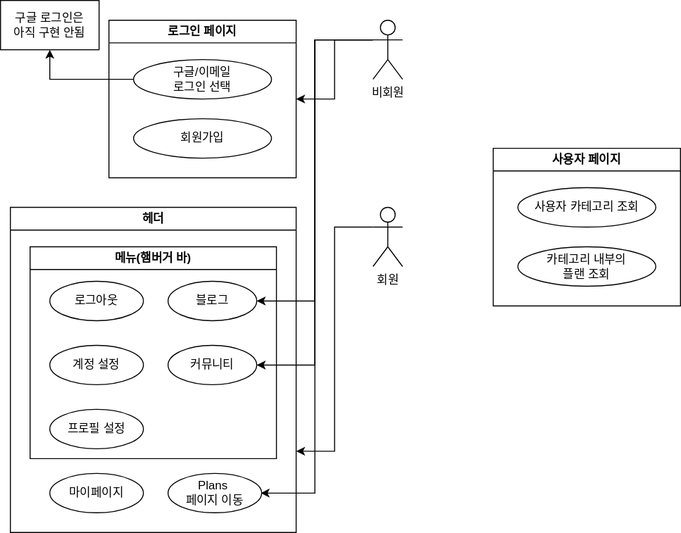
tripwith-dev/tripwith keeps this draw.io diagram as tripwith.ui-usecase.drawio.svg. Above is the earlier version. Source tidied: cells renumbered, new cells last; positions are measured from the earlier drawing's top-left corner, leaving out a move shared by most shapes. The source it was exported from:
```xml
<mxGraphModel>
  <root>
    <mxCell id="0" />
    <mxCell id="1" parent="0" />
    <mxCell id="2" style="edgeStyle=orthogonalEdgeStyle;rounded=0;jettySize=auto;html=1;exitX=0;exitY=0.3333333333333333;exitDx=0;exitDy=0;exitPerimeter=0;entryX=1;entryY=0.5;entryDx=0;entryDy=0;" parent="1" edge="1" source="6" target="9">
      <mxGeometry relative="1" as="geometry" />
    </mxCell>
    <mxCell id="3" style="edgeStyle=orthogonalEdgeStyle;rounded=0;jettySize=auto;html=1;exitX=0;exitY=0.3333333333333333;exitDx=0;exitDy=0;exitPerimeter=0;entryX=1;entryY=0.5;entryDx=0;entryDy=0;" parent="1" edge="1" source="6" target="19">
      <mxGeometry relative="1" as="geometry" />
    </mxCell>
    <mxCell id="4" style="edgeStyle=orthogonalEdgeStyle;rounded=0;jettySize=auto;html=1;exitX=0;exitY=0.3333333333333333;exitDx=0;exitDy=0;exitPerimeter=0;entryX=1;entryY=0.5;entryDx=0;entryDy=0;" parent="1" edge="1" source="6" target="23">
      <mxGeometry relative="1" as="geometry" />
    </mxCell>
    <mxCell id="5" style="edgeStyle=orthogonalEdgeStyle;rounded=0;orthogonalLoop=1;jettySize=auto;html=1;exitX=0;exitY=0.3333333333333333;exitDx=0;exitDy=0;exitPerimeter=0;entryX=1;entryY=0.5;entryDx=0;entryDy=0;" parent="1" edge="1">
      <mxGeometry relative="1" as="geometry">
        <mxPoint x="377" y="40" as="sourcePoint" />
        <mxPoint x="264" y="500" as="targetPoint" />
        <Array as="points">
          <mxPoint x="319" y="40" />
          <mxPoint x="319" y="500" />
        </Array>
      </mxGeometry>
    </mxCell>
    <mxCell id="6" value="비회원" style="shape=umlActor;verticalLabelPosition=bottom;verticalAlign=top;html=1;outlineConnect=0;" parent="1" vertex="1">
      <mxGeometry x="378" y="20" width="30" height="60" as="geometry" />
    </mxCell>
    <mxCell id="7" style="edgeStyle=orthogonalEdgeStyle;rounded=0;jettySize=auto;html=1;exitX=0;exitY=0.3333333333333333;exitDx=0;exitDy=0;exitPerimeter=0;entryX=1;entryY=0.75;entryDx=0;entryDy=0;" parent="1" edge="1" source="8" target="17">
      <mxGeometry relative="1" as="geometry" />
    </mxCell>
    <mxCell id="8" value="회원" style="shape=umlActor;verticalLabelPosition=bottom;verticalAlign=top;html=1;outlineConnect=0;" parent="1" vertex="1">
      <mxGeometry x="378" y="210" width="30" height="60" as="geometry" />
    </mxCell>
    <mxCell id="9" value="로그인 페이지" style="swimlane;whiteSpace=wrap;html=1;" parent="1" vertex="1">
      <mxGeometry x="110" y="20" width="190" height="160" as="geometry" />
    </mxCell>
    <mxCell id="10" value="구글/이메일&lt;br&gt;로그인 선택" style="ellipse;whiteSpace=wrap;html=1;" parent="9" vertex="1">
      <mxGeometry x="25" y="40" width="140" height="40" as="geometry" />
    </mxCell>
    <mxCell id="11" value="회원가입" style="ellipse;whiteSpace=wrap;html=1;" parent="9" vertex="1">
      <mxGeometry x="25" y="100" width="140" height="40" as="geometry" />
    </mxCell>
    <mxCell id="12" value="구글 로그인은 &lt;br&gt;아직 구현 안됨" style="rounded=0;whiteSpace=wrap;html=1;" parent="1" vertex="1">
      <mxGeometry width="100" height="50" as="geometry" />
    </mxCell>
    <mxCell id="13" style="edgeStyle=orthogonalEdgeStyle;rounded=0;jettySize=auto;html=1;exitX=0;exitY=0.5;exitDx=0;exitDy=0;entryX=0.5;entryY=1;entryDx=0;entryDy=0;" parent="1" edge="1" source="10" target="12">
      <mxGeometry relative="1" as="geometry">
        <Array as="points">
          <mxPoint x="50" y="80" />
        </Array>
      </mxGeometry>
    </mxCell>
    <mxCell id="14" value="사용자 페이지" style="swimlane;whiteSpace=wrap;html=1;" parent="1" vertex="1">
      <mxGeometry x="500" y="150" width="190" height="160" as="geometry" />
    </mxCell>
    <mxCell id="15" value="사용자 카테고리 조회" style="ellipse;whiteSpace=wrap;html=1;" parent="14" vertex="1">
      <mxGeometry x="25" y="40" width="140" height="40" as="geometry" />
    </mxCell>
    <mxCell id="16" value="카테고리 내부의&lt;br&gt;플랜 조회" style="ellipse;whiteSpace=wrap;html=1;" parent="14" vertex="1">
      <mxGeometry x="25" y="100" width="140" height="40" as="geometry" />
    </mxCell>
    <mxCell id="17" value="헤더" style="swimlane;whiteSpace=wrap;html=1;" parent="1" vertex="1">
      <mxGeometry x="10" y="210" width="290" height="330" as="geometry" />
    </mxCell>
    <mxCell id="18" value="메뉴(햄버거 바)" style="swimlane;whiteSpace=wrap;html=1;" parent="17" vertex="1">
      <mxGeometry x="20" y="40" width="250" height="215" as="geometry" />
    </mxCell>
    <mxCell id="19" value="블로그" style="ellipse;whiteSpace=wrap;html=1;" parent="18" vertex="1">
      <mxGeometry x="140" y="35" width="90" height="40" as="geometry" />
    </mxCell>
    <mxCell id="20" value="로그아웃" style="ellipse;whiteSpace=wrap;html=1;" parent="18" vertex="1">
      <mxGeometry x="20" y="35" width="95" height="40" as="geometry" />
    </mxCell>
    <mxCell id="21" value="계정 설정" style="ellipse;whiteSpace=wrap;html=1;" parent="18" vertex="1">
      <mxGeometry x="20" y="100" width="95" height="40" as="geometry" />
    </mxCell>
    <mxCell id="22" value="프로필 설정" style="ellipse;whiteSpace=wrap;html=1;" parent="18" vertex="1">
      <mxGeometry x="20" y="165" width="95" height="40" as="geometry" />
    </mxCell>
    <mxCell id="23" value="커뮤니티" style="ellipse;whiteSpace=wrap;html=1;" parent="18" vertex="1">
      <mxGeometry x="140" y="100" width="90" height="40" as="geometry" />
    </mxCell>
    <mxCell id="24" value="Plans&amp;nbsp;&lt;div&gt;페이지 이동&lt;/div&gt;" style="ellipse;whiteSpace=wrap;html=1;" parent="17" vertex="1">
      <mxGeometry x="160" y="270" width="95" height="40" as="geometry" />
    </mxCell>
    <mxCell id="25" value="마이페이지" style="ellipse;whiteSpace=wrap;html=1;" parent="17" vertex="1">
      <mxGeometry x="40" y="270" width="95" height="40" as="geometry" />
    </mxCell>
  </root>
</mxGraphModel>
```
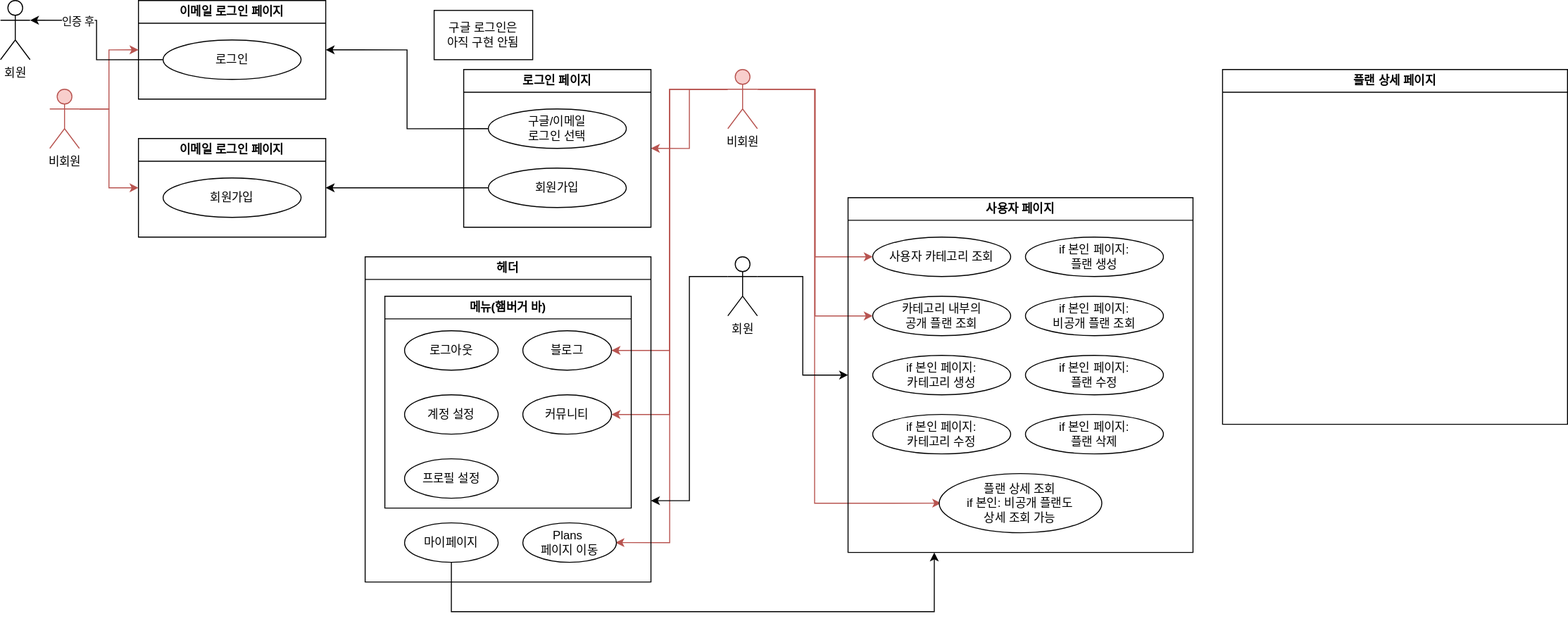
After the commit.

Commit message:
docs: ui page in usecase

The edit, as a diff of the source:
```diff
@@ -2,16 +2,16 @@
   <root>
     <mxCell id="0" />
     <mxCell id="1" parent="0" />
-    <mxCell id="2" style="edgeStyle=orthogonalEdgeStyle;rounded=0;jettySize=auto;html=1;exitX=0;exitY=0.3333333333333333;exitDx=0;exitDy=0;exitPerimeter=0;entryX=1;entryY=0.5;entryDx=0;entryDy=0;" parent="1" edge="1" source="6" target="9">
+    <mxCell id="2" style="edgeStyle=orthogonalEdgeStyle;rounded=0;jettySize=auto;html=1;exitX=0;exitY=0.3333333333333333;exitDx=0;exitDy=0;exitPerimeter=0;entryX=1;entryY=0.5;entryDx=0;entryDy=0;fillColor=#f8cecc;strokeColor=#b85450;" parent="1" edge="1" source="6" target="9">
       <mxGeometry relative="1" as="geometry" />
     </mxCell>
-    <mxCell id="3" style="edgeStyle=orthogonalEdgeStyle;rounded=0;jettySize=auto;html=1;exitX=0;exitY=0.3333333333333333;exitDx=0;exitDy=0;exitPerimeter=0;entryX=1;entryY=0.5;entryDx=0;entryDy=0;" parent="1" edge="1" source="6" target="19">
+    <mxCell id="3" style="edgeStyle=orthogonalEdgeStyle;rounded=0;jettySize=auto;html=1;exitX=0;exitY=0.3333333333333333;exitDx=0;exitDy=0;exitPerimeter=0;entryX=1;entryY=0.5;entryDx=0;entryDy=0;fillColor=#f8cecc;strokeColor=#b85450;" parent="1" edge="1" source="6" target="19">
       <mxGeometry relative="1" as="geometry" />
     </mxCell>
-    <mxCell id="4" style="edgeStyle=orthogonalEdgeStyle;rounded=0;jettySize=auto;html=1;exitX=0;exitY=0.3333333333333333;exitDx=0;exitDy=0;exitPerimeter=0;entryX=1;entryY=0.5;entryDx=0;entryDy=0;" parent="1" edge="1" source="6" target="23">
+    <mxCell id="4" style="edgeStyle=orthogonalEdgeStyle;rounded=0;jettySize=auto;html=1;exitX=0;exitY=0.3333333333333333;exitDx=0;exitDy=0;exitPerimeter=0;entryX=1;entryY=0.5;entryDx=0;entryDy=0;fillColor=#f8cecc;strokeColor=#b85450;" parent="1" edge="1" source="6" target="23">
       <mxGeometry relative="1" as="geometry" />
     </mxCell>
-    <mxCell id="5" style="edgeStyle=orthogonalEdgeStyle;rounded=0;orthogonalLoop=1;jettySize=auto;html=1;exitX=0;exitY=0.3333333333333333;exitDx=0;exitDy=0;exitPerimeter=0;entryX=1;entryY=0.5;entryDx=0;entryDy=0;" parent="1" edge="1">
+    <mxCell id="5" style="edgeStyle=orthogonalEdgeStyle;rounded=0;orthogonalLoop=1;jettySize=auto;html=1;exitX=0;exitY=0.3333333333333333;exitDx=0;exitDy=0;exitPerimeter=0;entryX=1;entryY=0.5;entryDx=0;entryDy=0;fillColor=#f8cecc;strokeColor=#b85450;" parent="1" edge="1">
       <mxGeometry relative="1" as="geometry">
         <mxPoint x="377" y="40" as="sourcePoint" />
         <mxPoint x="264" y="500" as="targetPoint" />
@@ -21,12 +21,31 @@
         </Array>
       </mxGeometry>
     </mxCell>
+    <mxCell id="26" style="edgeStyle=orthogonalEdgeStyle;rounded=0;jettySize=auto;html=1;exitX=1;exitY=0.3333333333333333;exitDx=0;exitDy=0;exitPerimeter=0;entryX=0;entryY=0.5;entryDx=0;entryDy=0;fillColor=#f8cecc;strokeColor=#b85450;" parent="1" edge="1" source="6" target="15">
+      <mxGeometry relative="1" as="geometry" />
+    </mxCell>
+    <mxCell id="27" style="edgeStyle=orthogonalEdgeStyle;rounded=0;jettySize=auto;html=1;exitX=1;exitY=0.3333333333333333;exitDx=0;exitDy=0;exitPerimeter=0;entryX=0;entryY=0.5;entryDx=0;entryDy=0;fillColor=#f8cecc;strokeColor=#b85450;" parent="1" edge="1" source="6" target="16">
+      <mxGeometry relative="1" as="geometry" />
+    </mxCell>
+    <mxCell id="28" style="edgeStyle=orthogonalEdgeStyle;rounded=0;orthogonalLoop=1;jettySize=auto;html=1;exitX=1;exitY=0.3333333333333333;exitDx=0;exitDy=0;exitPerimeter=0;entryX=0;entryY=0.5;entryDx=0;entryDy=0;fillColor=#f8cecc;strokeColor=#b85450;" parent="1" edge="1">
+      <mxGeometry relative="1" as="geometry">
+        <mxPoint x="410" y="40" as="sourcePoint" />
+        <mxPoint x="594.5" y="460" as="targetPoint" />
+        <Array as="points">
+          <mxPoint x="466" y="40" />
+          <mxPoint x="466" y="460" />
+        </Array>
+      </mxGeometry>
+    </mxCell>
-    <mxCell id="6" value="비회원" style="shape=umlActor;verticalLabelPosition=bottom;verticalAlign=top;html=1;outlineConnect=0;" parent="1" vertex="1">
+    <mxCell id="6" value="비회원" style="shape=umlActor;verticalLabelPosition=bottom;verticalAlign=top;html=1;outlineConnect=0;fillColor=#f8cecc;strokeColor=#b85450;" parent="1" vertex="1">
       <mxGeometry x="378" y="20" width="30" height="60" as="geometry" />
     </mxCell>
     <mxCell id="7" style="edgeStyle=orthogonalEdgeStyle;rounded=0;jettySize=auto;html=1;exitX=0;exitY=0.3333333333333333;exitDx=0;exitDy=0;exitPerimeter=0;entryX=1;entryY=0.75;entryDx=0;entryDy=0;" parent="1" edge="1" source="8" target="17">
       <mxGeometry relative="1" as="geometry" />
     </mxCell>
+    <mxCell id="29" style="edgeStyle=orthogonalEdgeStyle;rounded=0;jettySize=auto;html=1;exitX=1;exitY=0.3333333333333333;exitDx=0;exitDy=0;exitPerimeter=0;entryX=0;entryY=0.5;entryDx=0;entryDy=0;" parent="1" edge="1" source="8" target="14">
+      <mxGeometry relative="1" as="geometry" />
+    </mxCell>
     <mxCell id="8" value="회원" style="shape=umlActor;verticalLabelPosition=bottom;verticalAlign=top;html=1;outlineConnect=0;" parent="1" vertex="1">
       <mxGeometry x="378" y="210" width="30" height="60" as="geometry" />
     </mxCell>
@@ -40,24 +59,38 @@
       <mxGeometry x="25" y="100" width="140" height="40" as="geometry" />
     </mxCell>
     <mxCell id="12" value="구글 로그인은 &lt;br&gt;아직 구현 안됨" style="rounded=0;whiteSpace=wrap;html=1;" parent="1" vertex="1">
-      <mxGeometry width="100" height="50" as="geometry" />
+      <mxGeometry x="80" y="-40" width="100" height="50" as="geometry" />
     </mxCell>
-    <mxCell id="13" style="edgeStyle=orthogonalEdgeStyle;rounded=0;jettySize=auto;html=1;exitX=0;exitY=0.5;exitDx=0;exitDy=0;entryX=0.5;entryY=1;entryDx=0;entryDy=0;" parent="1" edge="1" source="10" target="12">
-      <mxGeometry relative="1" as="geometry">
-        <Array as="points">
-          <mxPoint x="50" y="80" />
-        </Array>
-      </mxGeometry>
-    </mxCell>
     <mxCell id="14" value="사용자 페이지" style="swimlane;whiteSpace=wrap;html=1;" parent="1" vertex="1">
-      <mxGeometry x="500" y="150" width="190" height="160" as="geometry" />
+      <mxGeometry x="500" y="150" width="350" height="360" as="geometry" />
     </mxCell>
     <mxCell id="15" value="사용자 카테고리 조회" style="ellipse;whiteSpace=wrap;html=1;" parent="14" vertex="1">
       <mxGeometry x="25" y="40" width="140" height="40" as="geometry" />
     </mxCell>
-    <mxCell id="16" value="카테고리 내부의&lt;br&gt;플랜 조회" style="ellipse;whiteSpace=wrap;html=1;" parent="14" vertex="1">
+    <mxCell id="16" value="카테고리 내부의&lt;br&gt;공개 플랜 조회" style="ellipse;whiteSpace=wrap;html=1;" parent="14" vertex="1">
       <mxGeometry x="25" y="100" width="140" height="40" as="geometry" />
     </mxCell>
+    <mxCell id="30" value="if 본인 페이지:&lt;br&gt;카테고리 생성" style="ellipse;whiteSpace=wrap;html=1;" parent="14" vertex="1">
+      <mxGeometry x="25" y="160" width="140" height="40" as="geometry" />
+    </mxCell>
+    <mxCell id="31" value="if 본인 페이지:&lt;br&gt;카테고리 수정" style="ellipse;whiteSpace=wrap;html=1;" parent="14" vertex="1">
+      <mxGeometry x="25" y="220" width="140" height="40" as="geometry" />
+    </mxCell>
+    <mxCell id="32" value="if 본인 페이지:&lt;br&gt;플랜 생성" style="ellipse;whiteSpace=wrap;html=1;" parent="14" vertex="1">
+      <mxGeometry x="180" y="40" width="140" height="40" as="geometry" />
+    </mxCell>
+    <mxCell id="33" value="if 본인 페이지:&lt;br&gt;플랜 수정" style="ellipse;whiteSpace=wrap;html=1;" parent="14" vertex="1">
+      <mxGeometry x="180" y="160" width="140" height="40" as="geometry" />
+    </mxCell>
+    <mxCell id="34" value="if 본인 페이지:&lt;br&gt;비공개 플랜 조회" style="ellipse;whiteSpace=wrap;html=1;" parent="14" vertex="1">
+      <mxGeometry x="180" y="100" width="140" height="40" as="geometry" />
+    </mxCell>
+    <mxCell id="35" value="if 본인 페이지:&lt;br&gt;플랜 삭제" style="ellipse;whiteSpace=wrap;html=1;" parent="14" vertex="1">
+      <mxGeometry x="180" y="220" width="140" height="40" as="geometry" />
+    </mxCell>
+    <mxCell id="36" value="플랜 상세 조회&lt;br&gt;if 본인: 비공개 플랜도&lt;br&gt;상세 조회 가능" style="ellipse;whiteSpace=wrap;html=1;" parent="14" vertex="1">
+      <mxGeometry x="92.5" y="280" width="165" height="60" as="geometry" />
+    </mxCell>
     <mxCell id="17" value="헤더" style="swimlane;whiteSpace=wrap;html=1;" parent="1" vertex="1">
       <mxGeometry x="10" y="210" width="290" height="330" as="geometry" />
     </mxCell>
@@ -85,5 +118,52 @@
     <mxCell id="25" value="마이페이지" style="ellipse;whiteSpace=wrap;html=1;" parent="17" vertex="1">
       <mxGeometry x="40" y="270" width="95" height="40" as="geometry" />
     </mxCell>
+    <mxCell id="37" value="이메일 로그인 페이지" style="swimlane;whiteSpace=wrap;html=1;" parent="1" vertex="1">
+      <mxGeometry x="-220" y="-50" width="190" height="100" as="geometry" />
+    </mxCell>
+    <mxCell id="38" value="로그인" style="ellipse;whiteSpace=wrap;html=1;" parent="37" vertex="1">
+      <mxGeometry x="25" y="40" width="140" height="40" as="geometry" />
+    </mxCell>
+    <mxCell id="39" value="이메일 로그인 페이지" style="swimlane;whiteSpace=wrap;html=1;" parent="1" vertex="1">
+      <mxGeometry x="-220" y="90" width="190" height="100" as="geometry" />
+    </mxCell>
+    <mxCell id="40" value="회원가입" style="ellipse;whiteSpace=wrap;html=1;" parent="39" vertex="1">
+      <mxGeometry x="25" y="40" width="140" height="40" as="geometry" />
+    </mxCell>
+    <mxCell id="41" style="edgeStyle=orthogonalEdgeStyle;rounded=0;jettySize=auto;html=1;exitX=0;exitY=0.5;exitDx=0;exitDy=0;entryX=1;entryY=0.5;entryDx=0;entryDy=0;" parent="1" edge="1" source="11" target="39">
+      <mxGeometry relative="1" as="geometry" />
+    </mxCell>
+    <mxCell id="42" style="edgeStyle=orthogonalEdgeStyle;rounded=0;jettySize=auto;html=1;exitX=0;exitY=0.5;exitDx=0;exitDy=0;entryX=1;entryY=0.5;entryDx=0;entryDy=0;" parent="1" edge="1" source="10" target="37">
+      <mxGeometry relative="1" as="geometry" />
+    </mxCell>
+    <mxCell id="43" style="edgeStyle=orthogonalEdgeStyle;rounded=0;jettySize=auto;html=1;exitX=1;exitY=0.3333333333333333;exitDx=0;exitDy=0;exitPerimeter=0;entryX=0;entryY=0.5;entryDx=0;entryDy=0;fillColor=#f8cecc;strokeColor=#b85450;" parent="1" edge="1" source="45" target="37">
+      <mxGeometry relative="1" as="geometry" />
+    </mxCell>
+    <mxCell id="44" style="edgeStyle=orthogonalEdgeStyle;rounded=0;jettySize=auto;html=1;exitX=1;exitY=0.3333333333333333;exitDx=0;exitDy=0;exitPerimeter=0;entryX=0;entryY=0.5;entryDx=0;entryDy=0;fillColor=#f8cecc;strokeColor=#b85450;" parent="1" edge="1" source="45" target="39">
+      <mxGeometry relative="1" as="geometry" />
+    </mxCell>
+    <mxCell id="45" value="비회원" style="shape=umlActor;verticalLabelPosition=bottom;verticalAlign=top;html=1;outlineConnect=0;fillColor=#f8cecc;strokeColor=#b85450;" parent="1" vertex="1">
+      <mxGeometry x="-310" y="40" width="30" height="60" as="geometry" />
+    </mxCell>
+    <mxCell id="46" value="회원" style="shape=umlActor;verticalLabelPosition=bottom;verticalAlign=top;html=1;outlineConnect=0;" parent="1" vertex="1">
+      <mxGeometry x="-360" y="-50" width="30" height="60" as="geometry" />
+    </mxCell>
+    <mxCell id="47" style="edgeStyle=orthogonalEdgeStyle;rounded=0;jettySize=auto;html=1;exitX=0;exitY=0.5;exitDx=0;exitDy=0;entryX=1;entryY=0.3333333333333333;entryDx=0;entryDy=0;entryPerimeter=0;" parent="1" edge="1" source="38" target="46">
+      <mxGeometry relative="1" as="geometry" />
+    </mxCell>
+    <mxCell id="48" value="인증 후" style="edgeLabel;html=1;align=center;verticalAlign=middle;" parent="47" vertex="1">
+      <mxGeometry x="0.46" y="1" relative="1" as="geometry" />
+    </mxCell>
+    <mxCell id="49" style="edgeStyle=orthogonalEdgeStyle;rounded=0;jettySize=auto;html=1;exitX=0.5;exitY=1;exitDx=0;exitDy=0;entryX=0.25;entryY=1;entryDx=0;entryDy=0;" parent="1" edge="1" source="25" target="14">
+      <mxGeometry relative="1" as="geometry">
+        <Array as="points">
+          <mxPoint x="98" y="570" />
+          <mxPoint x="588" y="570" />
+        </Array>
+      </mxGeometry>
+    </mxCell>
+    <mxCell id="50" value="플랜 상세 페이지" style="swimlane;whiteSpace=wrap;html=1;" parent="1" vertex="1">
+      <mxGeometry x="880" y="20" width="350" height="360" as="geometry" />
+    </mxCell>
   </root>
 </mxGraphModel>
```
